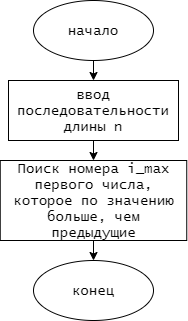
Aprokun/- keeps this draw.io diagram as лр7/лр7(укруп.бл).png. Above is the earlier version. Source tidied: cells renumbered, new cells last; positions are measured from the earlier drawing's top-left corner, leaving out a move shared by most shapes.
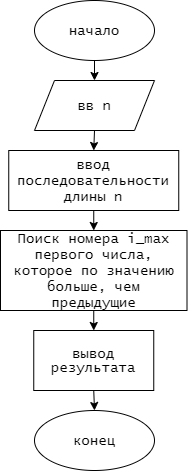
The same file after the commit.

Diff of the diagram source:
```diff
@@ -2,9 +2,9 @@
   <root>
     <mxCell id="0" />
     <mxCell id="1" parent="0" />
-    <mxCell id="2" style="edgeStyle=orthogonalEdgeStyle;rounded=0;jettySize=auto;html=1;exitX=0.5;exitY=1;exitDx=0;exitDy=0;entryX=0.5;entryY=0;entryDx=0;entryDy=0;fontFamily=Lucida Console;fontSize=14;" parent="1" edge="1" source="3" target="5">
-      <mxGeometry relative="1" as="geometry" />
-    </mxCell>
+    <mxCell id="9" style="edgeStyle=orthogonalEdgeStyle;rounded=0;jettySize=auto;html=1;exitX=0.5;exitY=1;exitDx=0;exitDy=0;entryX=0.5;entryY=0;entryDx=0;entryDy=0;" parent="1" edge="1" source="3" target="12">
+      <mxGeometry relative="1" as="geometry" />
+    </mxCell>
     <mxCell id="3" value="начало" style="ellipse;whiteSpace=wrap;html=1;fontFamily=Lucida Console;fontSize=14;" parent="1" vertex="1">
       <mxGeometry x="33" width="120" height="60" as="geometry" />
     </mxCell>
@@ -12,18 +12,28 @@
       <mxGeometry relative="1" as="geometry" />
     </mxCell>
     <mxCell id="5" value="ввод последовательности длины n" style="rounded=0;whiteSpace=wrap;html=1;fontFamily=Lucida Console;fontSize=14;" parent="1" vertex="1">
-      <mxGeometry x="8" y="80" width="170" height="60" as="geometry" />
+      <mxGeometry x="7.2" y="150" width="170" height="60" as="geometry" />
     </mxCell>
+    <mxCell id="10" style="edgeStyle=orthogonalEdgeStyle;rounded=0;jettySize=auto;html=1;exitX=0.5;exitY=1;exitDx=0;exitDy=0;entryX=0.5;entryY=0;entryDx=0;entryDy=0;" parent="1" edge="1" source="6" target="14">
+      <mxGeometry relative="1" as="geometry" />
+    </mxCell>
     <mxCell id="6" value="Поиск номера i_max первого числа, которое по значению больше, чем предыдущие" style="rounded=0;whiteSpace=wrap;html=1;fontFamily=Lucida Console;fontSize=14;align=center;" parent="1" vertex="1">
-      <mxGeometry x="-0.2" y="160" width="186.5" height="80" as="geometry" />
+      <mxGeometry x="-1" y="230" width="186.5" height="80" as="geometry" />
     </mxCell>
-    <mxCell id="7" style="edgeStyle=orthogonalEdgeStyle;rounded=0;jettySize=auto;html=1;exitX=0.5;exitY=1;exitDx=0;exitDy=0;entryX=0.5;entryY=0;entryDx=0;entryDy=0;fontFamily=Lucida Console;fontSize=14;" parent="1" edge="1" target="8">
-      <mxGeometry relative="1" as="geometry">
-        <mxPoint x="93" y="240" as="sourcePoint" />
-      </mxGeometry>
-    </mxCell>
     <mxCell id="8" value="конец" style="ellipse;whiteSpace=wrap;html=1;fontFamily=Lucida Console;fontSize=14;" parent="1" vertex="1">
-      <mxGeometry x="33" y="260" width="120" height="60" as="geometry" />
+      <mxGeometry x="33" y="410" width="120" height="60" as="geometry" />
     </mxCell>
+    <mxCell id="11" style="edgeStyle=orthogonalEdgeStyle;rounded=0;jettySize=auto;html=1;exitX=0.5;exitY=1;exitDx=0;exitDy=0;entryX=0.5;entryY=0;entryDx=0;entryDy=0;" parent="1" edge="1" source="12" target="5">
+      <mxGeometry relative="1" as="geometry" />
+    </mxCell>
+    <mxCell id="12" value="&lt;font style=&quot;font-size: 14px&quot; face=&quot;Lucida Console&quot;&gt;вв n&lt;/font&gt;" style="shape=parallelogram;perimeter=parallelogramPerimeter;whiteSpace=wrap;html=1;fixedSize=1;" parent="1" vertex="1">
+      <mxGeometry x="33" y="80" width="120" height="50" as="geometry" />
+    </mxCell>
+    <mxCell id="13" style="edgeStyle=orthogonalEdgeStyle;rounded=0;jettySize=auto;html=1;exitX=0.5;exitY=1;exitDx=0;exitDy=0;entryX=0.5;entryY=0;entryDx=0;entryDy=0;" parent="1" edge="1" source="14" target="8">
+      <mxGeometry relative="1" as="geometry" />
+    </mxCell>
+    <mxCell id="14" value="&lt;font style=&quot;font-size: 14px&quot; face=&quot;Lucida Console&quot;&gt;вывод результата&lt;/font&gt;" style="rounded=0;whiteSpace=wrap;html=1;" parent="1" vertex="1">
+      <mxGeometry x="32.2" y="330" width="120" height="60" as="geometry" />
+    </mxCell>
   </root>
 </mxGraphModel>
```
